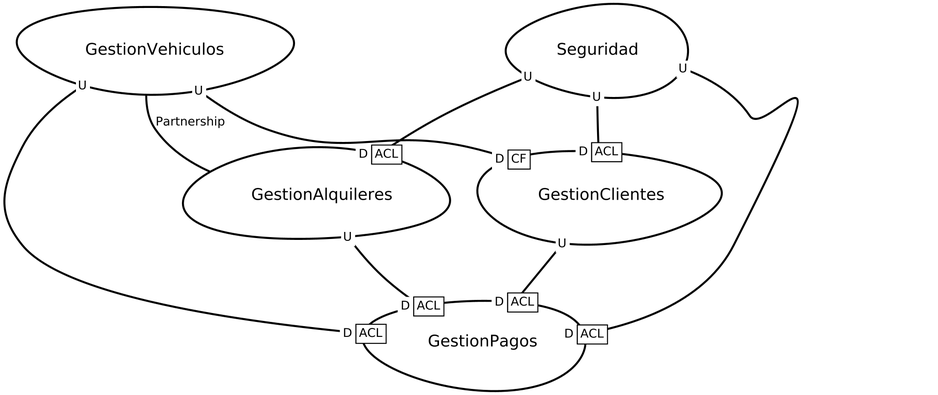
Earlier version of the Graphviz export src-gen/JulcamoroAlquiler_ContextMap.png (brandond471/SWIIIJulcamoroBrandonAlquiler). Its source is kept beside it as src-gen/JulcamoroAlquiler_ContextMap.gv.
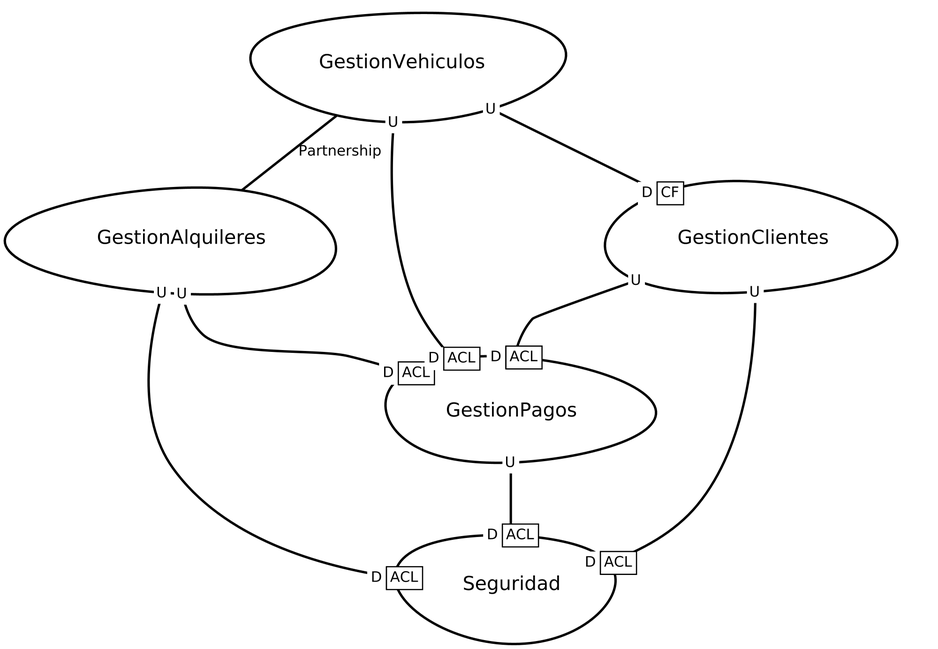
Above is the later version.

The edit, as a diff of the source:
```diff
@@ -1,11 +1,21 @@
 digraph "ContextMapGraph" {
 graph ["imagepath"="/tmp/GraphvizJava"]
-"GestionAlquileres" ["margin"="0.3","orientation"="294","shape"="egg","fontsize"="16","style"="bold","label"="GestionAlquileres\n","fontname"="sans-serif"]
-"GestionPagos" ["margin"="0.3","orientation"="149","shape"="egg","fontsize"="16","style"="bold","label"="GestionPagos\n","fontname"="sans-serif"]
-"GestionClientes" ["margin"="0.3","orientation"="246","shape"="egg","fontsize"="16","style"="bold","label"="GestionClientes\n","fontname"="sans-serif"]
-"GestionVehiculos" ["margin"="0.3","orientation"="235","shape"="egg","fontsize"="16","style"="bold","label"="GestionVehiculos\n","fontname"="sans-serif"]
-"Seguridad" ["margin"="0.3","orientation"="267","shape"="egg","fontsize"="16","style"="bold","label"="Seguridad\n","fontname"="sans-serif"]
+"GestionAlquileres" ["margin"="0.3","orientation"="226","shape"="egg","fontsize"="16","style"="bold","label"="GestionAlquileres\n","fontname"="sans-serif"]
+"GestionPagos" ["margin"="0.3","orientation"="132","shape"="egg","fontsize"="16","style"="bold","label"="GestionPagos\n","fontname"="sans-serif"]
+"Seguridad" ["margin"="0.3","orientation"="121","shape"="egg","fontsize"="16","style"="bold","label"="Seguridad\n","fontname"="sans-serif"]
+"GestionClientes" ["margin"="0.3","orientation"="25","shape"="egg","fontsize"="16","style"="bold","label"="GestionClientes\n","fontname"="sans-serif"]
+"GestionVehiculos" ["margin"="0.3","orientation"="86","shape"="egg","fontsize"="16","style"="bold","label"="GestionVehiculos\n","fontname"="sans-serif"]
 "GestionAlquileres" -> "GestionPagos" ["headlabel"=<<table cellspacing="0" cellborder="1" border="0">
+<tr><td bgcolor="white" sides="r">D</td><td sides="trbl" bgcolor="white"><font>ACL</font></td></tr>
+</table>>,"labeldistance"="0","fontsize"="12","taillabel"=<<table cellspacing="0" cellborder="0" border="0">
+<tr><td bgcolor="white">U</td></tr>
+</table>>,"style"="bold","label"="                                        ","dir"="none","fontname"="sans-serif"]
+"GestionAlquileres" -> "Seguridad" ["headlabel"=<<table cellspacing="0" cellborder="1" border="0">
+<tr><td bgcolor="white" sides="r">D</td><td sides="trbl" bgcolor="white"><font>ACL</font></td></tr>
+</table>>,"labeldistance"="0","fontsize"="12","taillabel"=<<table cellspacing="0" cellborder="0" border="0">
+<tr><td bgcolor="white">U</td></tr>
+</table>>,"style"="bold","label"="                                        ","dir"="none","fontname"="sans-serif"]
+"GestionPagos" -> "Seguridad" ["headlabel"=<<table cellspacing="0" cellborder="1" border="0">
 <tr><td bgcolor="white" sides="r">D</td><td sides="trbl" bgcolor="white"><font>ACL</font></td></tr>
 </table>>,"labeldistance"="0","fontsize"="12","taillabel"=<<table cellspacing="0" cellborder="0" border="0">
 <tr><td bgcolor="white">U</td></tr>
@@ -15,7 +25,7 @@
 </table>>,"labeldistance"="0","fontsize"="12","taillabel"=<<table cellspacing="0" cellborder="0" border="0">
 <tr><td bgcolor="white">U</td></tr>
 </table>>,"style"="bold","label"="                                        ","dir"="none","fontname"="sans-serif"]
-"GestionVehiculos" -> "GestionPagos" ["headlabel"=<<table cellspacing="0" cellborder="1" border="0">
+"GestionClientes" -> "Seguridad" ["headlabel"=<<table cellspacing="0" cellborder="1" border="0">
 <tr><td bgcolor="white" sides="r">D</td><td sides="trbl" bgcolor="white"><font>ACL</font></td></tr>
 </table>>,"labeldistance"="0","fontsize"="12","taillabel"=<<table cellspacing="0" cellborder="0" border="0">
 <tr><td bgcolor="white">U</td></tr>
@@ -25,20 +35,10 @@
 </table>>,"labeldistance"="0","fontsize"="12","taillabel"=<<table cellspacing="0" cellborder="0" border="0">
 <tr><td bgcolor="white">U</td></tr>
 </table>>,"style"="bold","label"="                                        ","dir"="none","fontname"="sans-serif"]
-"GestionVehiculos" -> "GestionAlquileres" ["fontsize"="12","style"="bold","label"="Partnership","dir"="none","fontname"="sans-serif"]
-"Seguridad" -> "GestionAlquileres" ["headlabel"=<<table cellspacing="0" cellborder="1" border="0">
+"GestionVehiculos" -> "GestionPagos" ["headlabel"=<<table cellspacing="0" cellborder="1" border="0">
 <tr><td bgcolor="white" sides="r">D</td><td sides="trbl" bgcolor="white"><font>ACL</font></td></tr>
 </table>>,"labeldistance"="0","fontsize"="12","taillabel"=<<table cellspacing="0" cellborder="0" border="0">
 <tr><td bgcolor="white">U</td></tr>
 </table>>,"style"="bold","label"="                                        ","dir"="none","fontname"="sans-serif"]
-"Seguridad" -> "GestionClientes" ["headlabel"=<<table cellspacing="0" cellborder="1" border="0">
-<tr><td bgcolor="white" sides="r">D</td><td sides="trbl" bgcolor="white"><font>ACL</font></td></tr>
-</table>>,"labeldistance"="0","fontsize"="12","taillabel"=<<table cellspacing="0" cellborder="0" border="0">
-<tr><td bgcolor="white">U</td></tr>
-</table>>,"style"="bold","label"="                                        ","dir"="none","fontname"="sans-serif"]
-"Seguridad" -> "GestionPagos" ["headlabel"=<<table cellspacing="0" cellborder="1" border="0">
-<tr><td bgcolor="white" sides="r">D</td><td sides="trbl" bgcolor="white"><font>ACL</font></td></tr>
-</table>>,"labeldistance"="0","fontsize"="12","taillabel"=<<table cellspacing="0" cellborder="0" border="0">
-<tr><td bgcolor="white">U</td></tr>
-</table>>,"style"="bold","label"="                                        ","dir"="none","fontname"="sans-serif"]
+"GestionVehiculos" -> "GestionAlquileres" ["fontsize"="12","style"="bold","label"="Partnership","dir"="none","fontname"="sans-serif"]
 }
```
